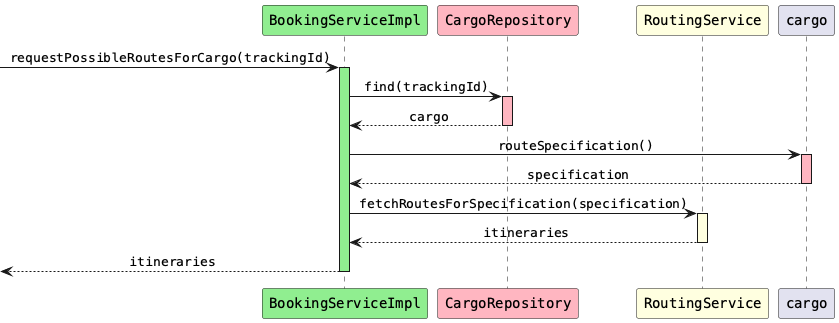
The PlantUML diagram src/site/resources/diagrams/BookingServiceImpl_requestPossibleRoutesForCargo.png in aowss/dddsample-core, before a commit. Its diagram source:
```plantuml
@startuml
skinparam monochrome false
skinparam defaultFontName Courier
skinparam sequenceMessageAlign center

participant "BookingServiceImpl" as bs #lightgreen
participant "CargoRepository" as cr #lightpink
participant "RoutingService" as rs #lightyellow

[-> bs: requestPossibleRoutesForCargo(trackingId)
activate bs #lightgreen

bs -> cr: find(trackingId)
activate cr #lightpink
cr --> bs: cargo
deactivate cr

bs -> cargo: routeSpecification()
activate cargo #lightpink
cargo --> bs: specification
deactivate cargo

bs -> rs: fetchRoutesForSpecification(specification)
activate rs #lightyellow
rs --> bs: itineraries
deactivate rs

[<-- bs: itineraries
deactivate bs

@enduml
```
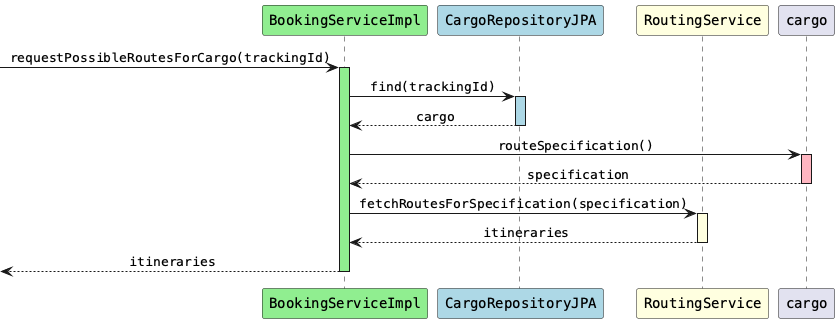
The same file after the commit.

What changed in the source:
```diff
@@ -4,14 +4,14 @@
 skinparam sequenceMessageAlign center
 
 participant "BookingServiceImpl" as bs #lightgreen
-participant "CargoRepository" as cr #lightpink
+participant "CargoRepositoryJPA" as cr #lightblue
 participant "RoutingService" as rs #lightyellow
 
 [-> bs: requestPossibleRoutesForCargo(trackingId)
 activate bs #lightgreen
 
 bs -> cr: find(trackingId)
-activate cr #lightpink
+activate cr #lightblue
 cr --> bs: cargo
 deactivate cr
 
```
